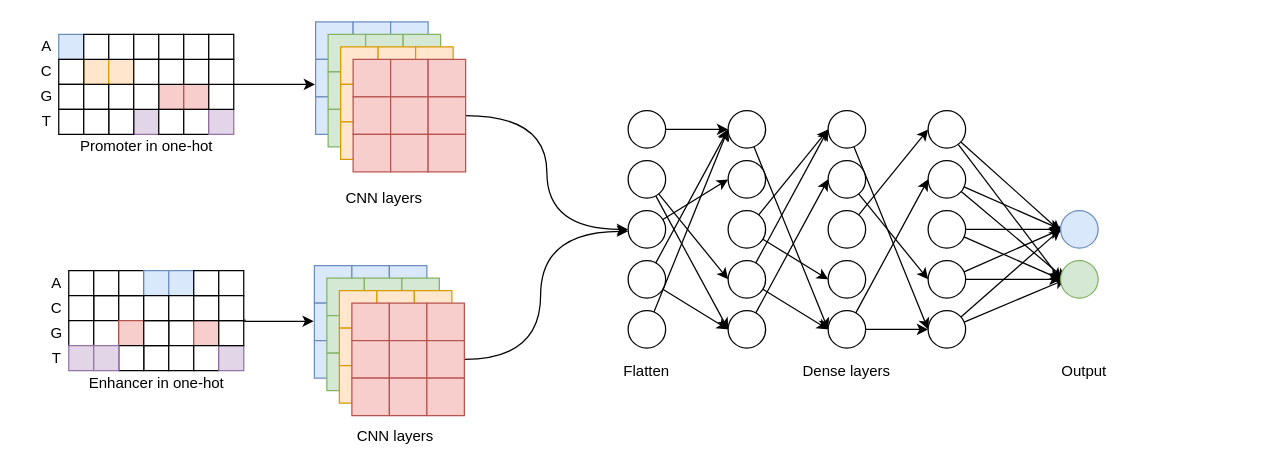
Above: onehot_cnn_two_branch.drawio in NaiveTom/draw.io (draw.io), before the change. Source tidied: cells renumbered, new cells numbered last; positions are measured from the earlier drawing's top-left corner, leaving out a move shared by most shapes. Both pictures are drawn from the tidied source at 125%, with x=0, y=0 at pixel (20, 21).
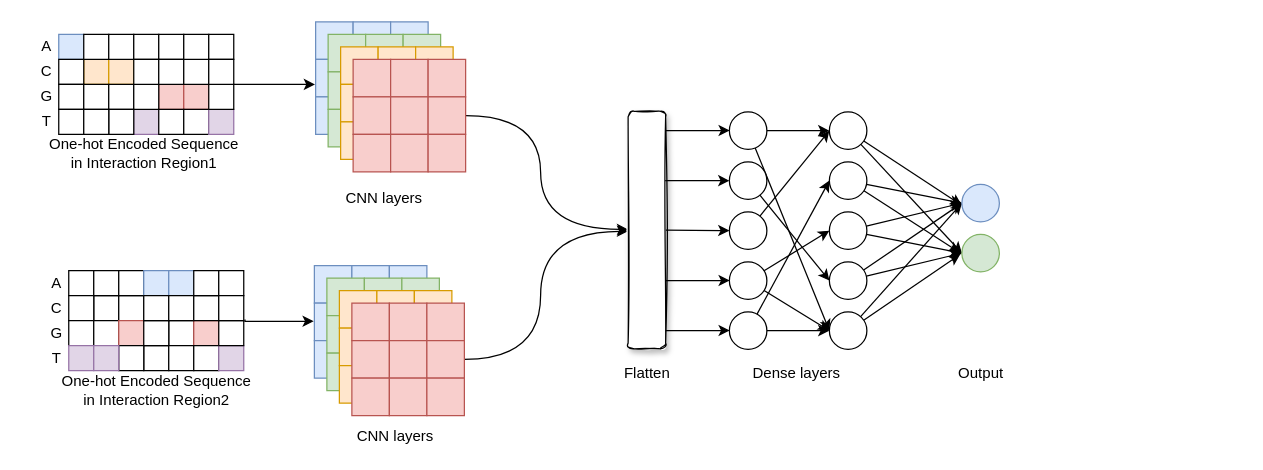
After the change.

The change refers to these unchanged cells:
```xml
<mxCell id="158" style="whiteSpace=wrap;html=1;fillColor=#f8cecc;strokeColor=#b85450;" parent="1" vertex="1">
  <mxGeometry x="326" y="60" width="30" height="30" as="geometry" />
</mxCell>
```

The edit, as a diff of the source:
```diff
@@
-    <mxCell id="3" value="&lt;div&gt;Promoter in one-hot&lt;/div&gt;" style="text;html=1;strokeColor=none;fillColor=none;align=center;verticalAlign=middle;whiteSpace=wrap;rounded=0;" parent="1" vertex="1">
-      <mxGeometry x="20.5" y="90" width="160" height="20" as="geometry" />
-    </mxCell>
@@
-    <mxCell id="38" value="&lt;div&gt;Enhancer in one-hot&lt;/div&gt;" style="text;html=1;strokeColor=none;fillColor=none;align=center;verticalAlign=middle;whiteSpace=wrap;rounded=0;" parent="1" vertex="1">
-      <mxGeometry x="28.5" y="279" width="160" height="20" as="geometry" />
-    </mxCell>
@@
-    <mxCell id="72" style="edgeStyle=none;rounded=0;jettySize=auto;html=1;entryX=0;entryY=0.5;entryDx=0;entryDy=0;" parent="1" edge="1" source="73" target="85">
-      <mxGeometry relative="1" as="geometry" />
-    </mxCell>
-    <mxCell id="73" style="ellipse;whiteSpace=wrap;html=1;" parent="1" vertex="1">
-      <mxGeometry x="486" y="71" width="30" height="30" as="geometry" />
-    </mxCell>
-    <mxCell id="74" style="edgeStyle=none;rounded=1;jumpSize=20;jettySize=auto;html=1;entryX=0;entryY=0.5;entryDx=0;entryDy=0;strokeWidth=1;" parent="1" edge="1" source="76" target="94">
-      <mxGeometry relative="1" as="geometry" />
-    </mxCell>
-    <mxCell id="75" style="edgeStyle=none;rounded=1;jumpSize=20;jettySize=auto;html=1;entryX=0;entryY=0.5;entryDx=0;entryDy=0;strokeWidth=1;" parent="1" edge="1" source="76" target="92">
-      <mxGeometry relative="1" as="geometry" />
-    </mxCell>
-    <mxCell id="76" style="ellipse;whiteSpace=wrap;html=1;" parent="1" vertex="1">
-      <mxGeometry x="486" y="111" width="30" height="30" as="geometry" />
-    </mxCell>
-    <mxCell id="77" style="rounded=1;jumpSize=20;jettySize=auto;html=1;entryX=0;entryY=0.5;entryDx=0;entryDy=0;strokeWidth=1;" parent="1" edge="1" source="78" target="86">
-      <mxGeometry relative="1" as="geometry" />
-    </mxCell>
-    <mxCell id="78" style="ellipse;whiteSpace=wrap;html=1;" parent="1" vertex="1">
-      <mxGeometry x="486" y="151" width="30" height="30" as="geometry" />
-    </mxCell>
-    <mxCell id="79" style="rounded=1;jumpSize=20;jettySize=auto;html=1;entryX=0;entryY=0.5;entryDx=0;entryDy=0;strokeWidth=1;" parent="1" edge="1" source="81" target="85">
-      <mxGeometry relative="1" as="geometry" />
-    </mxCell>
-    <mxCell id="80" style="edgeStyle=none;rounded=1;jumpSize=20;jettySize=auto;html=1;entryX=0;entryY=0.5;entryDx=0;entryDy=0;strokeWidth=1;" parent="1" edge="1" source="81" target="94">
-      <mxGeometry relative="1" as="geometry" />
-    </mxCell>
-    <mxCell id="81" style="ellipse;whiteSpace=wrap;html=1;" parent="1" vertex="1">
-      <mxGeometry x="486" y="191" width="30" height="30" as="geometry" />
-    </mxCell>
-    <mxCell id="82" style="edgeStyle=none;rounded=1;jumpSize=20;jettySize=auto;html=1;entryX=0;entryY=0.5;entryDx=0;entryDy=0;strokeWidth=1;" parent="1" edge="1" source="83" target="85">
-      <mxGeometry relative="1" as="geometry" />
-    </mxCell>
-    <mxCell id="83" style="ellipse;whiteSpace=wrap;html=1;" parent="1" vertex="1">
-      <mxGeometry x="486" y="231" width="30" height="30" as="geometry" />
-    </mxCell>
-    <mxCell id="84" style="edgeStyle=none;rounded=1;jumpSize=20;jettySize=auto;html=1;entryX=0;entryY=0.5;entryDx=0;entryDy=0;strokeWidth=1;" parent="1" edge="1" source="85" target="106">
-      <mxGeometry relative="1" as="geometry" />
-    </mxCell>
-    <mxCell id="85" style="ellipse;whiteSpace=wrap;html=1;" parent="1" vertex="1">
-      <mxGeometry x="566" y="71" width="30" height="30" as="geometry" />
-    </mxCell>
-    <mxCell id="86" style="ellipse;whiteSpace=wrap;html=1;" parent="1" vertex="1">
-      <mxGeometry x="566" y="111" width="30" height="30" as="geometry" />
-    </mxCell>
-    <mxCell id="87" style="edgeStyle=none;rounded=1;jumpSize=20;jettySize=auto;html=1;entryX=0;entryY=0.5;entryDx=0;entryDy=0;strokeWidth=1;" parent="1" edge="1" source="89" target="103">
-      <mxGeometry relative="1" as="geometry" />
-    </mxCell>
-    <mxCell id="88" style="edgeStyle=none;rounded=1;jumpSize=20;jettySize=auto;html=1;entryX=0;entryY=0.5;entryDx=0;entryDy=0;strokeWidth=1;" parent="1" edge="1" source="89" target="98">
-      <mxGeometry relative="1" as="geometry" />
-    </mxCell>
-    <mxCell id="89" style="ellipse;whiteSpace=wrap;html=1;" parent="1" vertex="1">
-      <mxGeometry x="566" y="151" width="30" height="30" as="geometry" />
-    </mxCell>
-    <mxCell id="90" style="edgeStyle=none;rounded=1;jumpSize=20;jettySize=auto;html=1;entryX=0;entryY=0.5;entryDx=0;entryDy=0;strokeWidth=1;" parent="1" edge="1" source="92" target="98">
-      <mxGeometry relative="1" as="geometry" />
-    </mxCell>
-    <mxCell id="91" style="edgeStyle=none;rounded=1;jumpSize=20;jettySize=auto;html=1;entryX=0;entryY=0.5;entryDx=0;entryDy=0;strokeWidth=1;" parent="1" edge="1" source="92" target="106">
-      <mxGeometry relative="1" as="geometry" />
-    </mxCell>
-    <mxCell id="92" style="ellipse;whiteSpace=wrap;html=1;" parent="1" vertex="1">
-      <mxGeometry x="566" y="191" width="30" height="30" as="geometry" />
-    </mxCell>
-    <mxCell id="93" style="edgeStyle=none;rounded=1;jumpSize=20;jettySize=auto;html=1;entryX=0;entryY=0.5;entryDx=0;entryDy=0;strokeWidth=1;" parent="1" edge="1" source="94" target="100">
-      <mxGeometry relative="1" as="geometry" />
-    </mxCell>
-    <mxCell id="94" style="ellipse;whiteSpace=wrap;html=1;" parent="1" vertex="1">
-      <mxGeometry x="566" y="231" width="30" height="30" as="geometry" />
-    </mxCell>
-    <mxCell id="95" value="Dense layers" style="text;html=1;strokeColor=none;fillColor=none;align=center;verticalAlign=middle;whiteSpace=wrap;rounded=0;" parent="1" vertex="1">
-      <mxGeometry x="536" y="270" width="250" height="20" as="geometry" />
-    </mxCell>
-    <mxCell id="96" value="Flatten" style="text;html=1;strokeColor=none;fillColor=none;align=center;verticalAlign=middle;whiteSpace=wrap;rounded=0;" parent="1" vertex="1">
-      <mxGeometry x="376" y="270" width="250" height="20" as="geometry" />
-    </mxCell>
-    <mxCell id="97" style="edgeStyle=none;rounded=1;jumpSize=20;jettySize=auto;html=1;entryX=0;entryY=0.5;entryDx=0;entryDy=0;strokeWidth=1;" parent="1" edge="1" source="98" target="121">
-      <mxGeometry relative="1" as="geometry" />
-    </mxCell>
-    <mxCell id="98" style="ellipse;whiteSpace=wrap;html=1;" parent="1" vertex="1">
-      <mxGeometry x="646" y="71" width="30" height="30" as="geometry" />
-    </mxCell>
-    <mxCell id="99" style="edgeStyle=none;rounded=1;jumpSize=20;jettySize=auto;html=1;entryX=0;entryY=0.5;entryDx=0;entryDy=0;strokeWidth=1;" parent="1" edge="1" source="100" target="118">
-      <mxGeometry relative="1" as="geometry" />
-    </mxCell>
-    <mxCell id="100" style="ellipse;whiteSpace=wrap;html=1;" parent="1" vertex="1">
-      <mxGeometry x="646" y="111" width="30" height="30" as="geometry" />
-    </mxCell>
-    <mxCell id="101" style="edgeStyle=none;rounded=1;jumpSize=20;jettySize=auto;html=1;entryX=0;entryY=0.5;entryDx=0;entryDy=0;strokeWidth=1;" parent="1" edge="1" source="102" target="109">
-      <mxGeometry relative="1" as="geometry" />
-    </mxCell>
-    <mxCell id="102" style="ellipse;whiteSpace=wrap;html=1;" parent="1" vertex="1">
-      <mxGeometry x="646" y="151" width="30" height="30" as="geometry" />
-    </mxCell>
-    <mxCell id="103" style="ellipse;whiteSpace=wrap;html=1;" parent="1" vertex="1">
-      <mxGeometry x="646" y="191" width="30" height="30" as="geometry" />
-    </mxCell>
-    <mxCell id="104" style="edgeStyle=none;rounded=1;jumpSize=20;jettySize=auto;html=1;entryX=0;entryY=0.5;entryDx=0;entryDy=0;strokeWidth=1;" parent="1" edge="1" source="106" target="112">
-      <mxGeometry relative="1" as="geometry" />
-    </mxCell>
-    <mxCell id="105" style="edgeStyle=none;rounded=1;jumpSize=20;jettySize=auto;html=1;entryX=0;entryY=0.5;entryDx=0;entryDy=0;strokeWidth=1;" parent="1" edge="1" source="106" target="121">
-      <mxGeometry relative="1" as="geometry" />
-    </mxCell>
-    <mxCell id="106" style="ellipse;whiteSpace=wrap;html=1;" parent="1" vertex="1">
-      <mxGeometry x="646" y="231" width="30" height="30" as="geometry" />
-    </mxCell>
-    <mxCell id="107" style="edgeStyle=none;rounded=1;jumpSize=20;jettySize=auto;html=1;entryX=0;entryY=0.5;entryDx=0;entryDy=0;strokeWidth=1;" parent="1" edge="1" source="109" target="124">
-      <mxGeometry relative="1" as="geometry" />
-    </mxCell>
-    <mxCell id="108" style="edgeStyle=none;rounded=1;jumpSize=20;jettySize=auto;html=1;strokeWidth=1;entryX=-0.001;entryY=0.557;entryDx=0;entryDy=0;entryPerimeter=0;" parent="1" edge="1" source="109" target="123">
-      <mxGeometry relative="1" as="geometry" />
-    </mxCell>
-    <mxCell id="109" style="ellipse;whiteSpace=wrap;html=1;" parent="1" vertex="1">
-      <mxGeometry x="726" y="71" width="30" height="30" as="geometry" />
-    </mxCell>
-    <mxCell id="110" style="edgeStyle=none;rounded=1;jumpSize=20;jettySize=auto;html=1;entryX=0;entryY=0.5;entryDx=0;entryDy=0;strokeWidth=1;" parent="1" edge="1" source="112" target="123">
-      <mxGeometry relative="1" as="geometry" />
-    </mxCell>
-    <mxCell id="111" style="edgeStyle=none;rounded=1;jumpSize=20;jettySize=auto;html=1;strokeWidth=1;" parent="1" edge="1" source="112">
-      <mxGeometry relative="1" as="geometry">
-        <mxPoint x="836" y="206" as="targetPoint" />
-      </mxGeometry>
-    </mxCell>
-    <mxCell id="112" style="ellipse;whiteSpace=wrap;html=1;" parent="1" vertex="1">
-      <mxGeometry x="726" y="111" width="30" height="30" as="geometry" />
-    </mxCell>
-    <mxCell id="113" style="edgeStyle=none;rounded=1;jumpSize=20;jettySize=auto;html=1;entryX=0;entryY=0.5;entryDx=0;entryDy=0;strokeWidth=1;" parent="1" edge="1" source="115" target="124">
-      <mxGeometry relative="1" as="geometry" />
-    </mxCell>
-    <mxCell id="114" style="edgeStyle=none;rounded=1;jumpSize=20;jettySize=auto;html=1;strokeWidth=1;" parent="1" edge="1" source="115">
-      <mxGeometry relative="1" as="geometry">
-        <mxPoint x="836" y="166" as="targetPoint" />
-      </mxGeometry>
-    </mxCell>
-    <mxCell id="115" style="ellipse;whiteSpace=wrap;html=1;" parent="1" vertex="1">
-      <mxGeometry x="726" y="151" width="30" height="30" as="geometry" />
-    </mxCell>
-    <mxCell id="116" style="edgeStyle=none;rounded=1;jumpSize=20;jettySize=auto;html=1;entryX=0;entryY=0.5;entryDx=0;entryDy=0;strokeWidth=1;" parent="1" edge="1" source="118" target="123">
-      <mxGeometry relative="1" as="geometry" />
-    </mxCell>
-    <mxCell id="117" style="edgeStyle=none;rounded=1;jumpSize=20;jettySize=auto;html=1;strokeWidth=1;entryX=0;entryY=0.5;entryDx=0;entryDy=0;" parent="1" edge="1" source="118" target="124">
-      <mxGeometry relative="1" as="geometry" />
-    </mxCell>
-    <mxCell id="118" style="ellipse;whiteSpace=wrap;html=1;" parent="1" vertex="1">
-      <mxGeometry x="726" y="191" width="30" height="30" as="geometry" />
-    </mxCell>
-    <mxCell id="119" style="edgeStyle=none;rounded=1;jumpSize=20;jettySize=auto;html=1;strokeWidth=1;" parent="1" edge="1" source="121">
-      <mxGeometry relative="1" as="geometry">
-        <mxPoint x="836" y="206" as="targetPoint" />
-      </mxGeometry>
-    </mxCell>
-    <mxCell id="120" style="edgeStyle=none;rounded=1;jumpSize=20;jettySize=auto;html=1;strokeWidth=1;entryX=0;entryY=0.5;entryDx=0;entryDy=0;" parent="1" edge="1" source="121" target="123">
-      <mxGeometry relative="1" as="geometry" />
-    </mxCell>
-    <mxCell id="121" style="ellipse;whiteSpace=wrap;html=1;" parent="1" vertex="1">
-      <mxGeometry x="726" y="231" width="30" height="30" as="geometry" />
-    </mxCell>
-    <mxCell id="122" value="&lt;div&gt;Output&lt;/div&gt;" style="text;html=1;strokeColor=none;fillColor=none;align=center;verticalAlign=middle;whiteSpace=wrap;rounded=0;" parent="1" vertex="1">
-      <mxGeometry x="726" y="270" width="250" height="20" as="geometry" />
-    </mxCell>
-    <mxCell id="123" style="ellipse;whiteSpace=wrap;html=1;fillColor=#dae8fc;strokeColor=#6c8ebf;" parent="1" vertex="1">
-      <mxGeometry x="832" y="151" width="30" height="30" as="geometry" />
-    </mxCell>
-    <mxCell id="124" style="ellipse;whiteSpace=wrap;html=1;fillColor=#d5e8d4;strokeColor=#82b366;" parent="1" vertex="1">
-      <mxGeometry x="832" y="191" width="30" height="30" as="geometry" />
-    </mxCell>
@@
-    <mxCell id="157" style="edgeStyle=orthogonalEdgeStyle;curved=1;rounded=0;jettySize=auto;html=1;entryX=0;entryY=0.5;entryDx=0;entryDy=0;" parent="1" edge="1" source="158" target="78">
-      <mxGeometry relative="1" as="geometry" />
+    <mxCell id="157" style="edgeStyle=orthogonalEdgeStyle;curved=1;rounded=0;jettySize=auto;html=1;entryX=0;entryY=0.5;entryDx=0;entryDy=0;" parent="1" edge="1" source="158">
+      <mxGeometry relative="1" as="geometry">
+        <mxPoint x="486" y="166" as="targetPoint" />
+        <Array as="points">
+          <mxPoint x="416" y="75" />
+          <mxPoint x="416" y="166" />
+        </Array>
+      </mxGeometry>
     </mxCell>
@@
+    <mxCell id="201" value="One-hot Encoded Sequence in Interaction Region1" style="text;html=1;strokeColor=none;fillColor=none;align=center;verticalAlign=middle;whiteSpace=wrap;rounded=0;" parent="1" vertex="1">
+      <mxGeometry x="18.5" y="95" width="160" height="20" as="geometry" />
+    </mxCell>
+    <mxCell id="202" value="&lt;div&gt;One-hot Encoded Sequence in Interaction Region2&lt;/div&gt;" style="text;html=1;strokeColor=none;fillColor=none;align=center;verticalAlign=middle;whiteSpace=wrap;rounded=0;" parent="1" vertex="1">
+      <mxGeometry x="28.5" y="285" width="160" height="20" as="geometry" />
+    </mxCell>
+    <mxCell id="95" value="Dense layers" style="text;html=1;strokeColor=none;fillColor=none;align=center;verticalAlign=middle;whiteSpace=wrap;rounded=0;" parent="1" vertex="1">
+      <mxGeometry x="576" y="271" width="90" height="20" as="geometry" />
+    </mxCell>
+    <mxCell id="96" value="Flatten" style="text;html=1;strokeColor=none;fillColor=none;align=center;verticalAlign=middle;whiteSpace=wrap;rounded=0;" parent="1" vertex="1">
+      <mxGeometry x="490.5" y="271" width="21" height="20" as="geometry" />
+    </mxCell>
+    <mxCell id="203" style="edgeStyle=none;rounded=1;jumpSize=20;jettySize=auto;html=1;entryX=0;entryY=0.5;entryDx=0;entryDy=0;strokeWidth=1;" parent="1" edge="1" source="205" target="230">
+      <mxGeometry relative="1" as="geometry" />
+    </mxCell>
+    <mxCell id="204" style="edgeStyle=none;rounded=0;jettySize=auto;html=1;entryX=0;entryY=0.5;entryDx=0;entryDy=0;" parent="1" edge="1" source="205" target="218">
+      <mxGeometry relative="1" as="geometry" />
+    </mxCell>
+    <mxCell id="205" style="ellipse;whiteSpace=wrap;html=1;" parent="1" vertex="1">
+      <mxGeometry x="567" y="72" width="30" height="30" as="geometry" />
+    </mxCell>
+    <mxCell id="206" style="edgeStyle=none;rounded=1;jumpSize=20;jettySize=auto;html=1;entryX=0;entryY=0.5;entryDx=0;entryDy=0;strokeWidth=1;" parent="1" edge="1" source="207" target="227">
+      <mxGeometry relative="1" as="geometry" />
+    </mxCell>
+    <mxCell id="207" style="ellipse;whiteSpace=wrap;html=1;" parent="1" vertex="1">
+      <mxGeometry x="567" y="112" width="30" height="30" as="geometry" />
+    </mxCell>
+    <mxCell id="208" style="edgeStyle=none;rounded=1;jumpSize=20;jettySize=auto;html=1;entryX=0;entryY=0.5;entryDx=0;entryDy=0;strokeWidth=1;" parent="1" edge="1" source="209" target="218">
+      <mxGeometry relative="1" as="geometry" />
+    </mxCell>
+    <mxCell id="209" style="ellipse;whiteSpace=wrap;html=1;" parent="1" vertex="1">
+      <mxGeometry x="567" y="152" width="30" height="30" as="geometry" />
+    </mxCell>
+    <mxCell id="210" style="edgeStyle=none;rounded=0;jettySize=auto;html=1;entryX=0;entryY=0.5;entryDx=0;entryDy=0;" parent="1" edge="1" source="212" target="224">
+      <mxGeometry relative="1" as="geometry" />
+    </mxCell>
+    <mxCell id="211" style="edgeStyle=none;rounded=0;jettySize=auto;html=1;entryX=0;entryY=0.5;entryDx=0;entryDy=0;" parent="1" edge="1" source="212" target="230">
+      <mxGeometry relative="1" as="geometry" />
+    </mxCell>
+    <mxCell id="212" style="ellipse;whiteSpace=wrap;html=1;" parent="1" vertex="1">
+      <mxGeometry x="567" y="192" width="30" height="30" as="geometry" />
+    </mxCell>
+    <mxCell id="213" style="edgeStyle=none;rounded=1;jumpSize=20;jettySize=auto;html=1;entryX=0;entryY=0.5;entryDx=0;entryDy=0;strokeWidth=1;" parent="1" edge="1" source="215" target="221">
+      <mxGeometry relative="1" as="geometry" />
+    </mxCell>
+    <mxCell id="214" style="edgeStyle=none;rounded=1;jumpSize=20;jettySize=auto;html=1;entryX=0;entryY=0.5;entryDx=0;entryDy=0;strokeWidth=1;" parent="1" edge="1" source="215" target="230">
+      <mxGeometry relative="1" as="geometry" />
+    </mxCell>
+    <mxCell id="215" style="ellipse;whiteSpace=wrap;html=1;" parent="1" vertex="1">
+      <mxGeometry x="567" y="232" width="30" height="30" as="geometry" />
+    </mxCell>
+    <mxCell id="216" style="edgeStyle=none;rounded=1;jumpSize=20;jettySize=auto;html=1;entryX=0;entryY=0.5;entryDx=0;entryDy=0;strokeWidth=1;" parent="1" edge="1" source="218" target="232">
+      <mxGeometry relative="1" as="geometry" />
+    </mxCell>
+    <mxCell id="217" style="edgeStyle=none;rounded=1;jumpSize=20;jettySize=auto;html=1;strokeWidth=1;entryX=-0.001;entryY=0.557;entryDx=0;entryDy=0;entryPerimeter=0;" parent="1" edge="1" source="218" target="231">
+      <mxGeometry relative="1" as="geometry" />
+    </mxCell>
+    <mxCell id="218" style="ellipse;whiteSpace=wrap;html=1;" parent="1" vertex="1">
+      <mxGeometry x="647" y="72" width="30" height="30" as="geometry" />
+    </mxCell>
+    <mxCell id="219" style="edgeStyle=none;rounded=1;jumpSize=20;jettySize=auto;html=1;entryX=0;entryY=0.5;entryDx=0;entryDy=0;strokeWidth=1;" parent="1" edge="1" source="221" target="231">
+      <mxGeometry relative="1" as="geometry" />
+    </mxCell>
+    <mxCell id="220" style="edgeStyle=none;rounded=1;jumpSize=20;jettySize=auto;html=1;strokeWidth=1;entryX=-0.057;entryY=0.483;entryDx=0;entryDy=0;entryPerimeter=0;" parent="1" edge="1" source="221" target="232">
+      <mxGeometry relative="1" as="geometry" />
+    </mxCell>
+    <mxCell id="221" style="ellipse;whiteSpace=wrap;html=1;" parent="1" vertex="1">
+      <mxGeometry x="647" y="112" width="30" height="30" as="geometry" />
+    </mxCell>
+    <mxCell id="222" style="edgeStyle=none;rounded=1;jumpSize=20;jettySize=auto;html=1;entryX=0;entryY=0.5;entryDx=0;entryDy=0;strokeWidth=1;" parent="1" edge="1" source="224" target="232">
+      <mxGeometry relative="1" as="geometry" />
+    </mxCell>
+    <mxCell id="223" style="edgeStyle=none;rounded=1;jumpSize=20;jettySize=auto;html=1;strokeWidth=1;entryX=0;entryY=0.5;entryDx=0;entryDy=0;" parent="1" edge="1" source="224" target="231">
+      <mxGeometry relative="1" as="geometry" />
+    </mxCell>
+    <mxCell id="224" style="ellipse;whiteSpace=wrap;html=1;" parent="1" vertex="1">
+      <mxGeometry x="647" y="152" width="30" height="30" as="geometry" />
+    </mxCell>
+    <mxCell id="225" style="edgeStyle=none;rounded=1;jumpSize=20;jettySize=auto;html=1;entryX=0;entryY=0.5;entryDx=0;entryDy=0;strokeWidth=1;" parent="1" edge="1" source="227" target="231">
+      <mxGeometry relative="1" as="geometry" />
+    </mxCell>
+    <mxCell id="226" style="edgeStyle=none;rounded=1;jumpSize=20;jettySize=auto;html=1;strokeWidth=1;entryX=0;entryY=0.5;entryDx=0;entryDy=0;" parent="1" edge="1" source="227" target="232">
+      <mxGeometry relative="1" as="geometry" />
+    </mxCell>
+    <mxCell id="227" style="ellipse;whiteSpace=wrap;html=1;" parent="1" vertex="1">
+      <mxGeometry x="647" y="192" width="30" height="30" as="geometry" />
+    </mxCell>
+    <mxCell id="228" style="edgeStyle=none;rounded=1;jumpSize=20;jettySize=auto;html=1;strokeWidth=1;entryX=-0.05;entryY=0.538;entryDx=0;entryDy=0;entryPerimeter=0;" parent="1" edge="1" source="230" target="232">
+      <mxGeometry relative="1" as="geometry" />
+    </mxCell>
+    <mxCell id="229" style="edgeStyle=none;rounded=1;jumpSize=20;jettySize=auto;html=1;strokeWidth=1;entryX=0;entryY=0.5;entryDx=0;entryDy=0;" parent="1" edge="1" source="230" target="231">
+      <mxGeometry relative="1" as="geometry" />
+    </mxCell>
+    <mxCell id="230" style="ellipse;whiteSpace=wrap;html=1;" parent="1" vertex="1">
+      <mxGeometry x="647" y="232" width="30" height="30" as="geometry" />
+    </mxCell>
+    <mxCell id="122" value="&lt;div&gt;Output&lt;/div&gt;" style="text;html=1;strokeColor=none;fillColor=none;align=center;verticalAlign=middle;whiteSpace=wrap;rounded=0;" parent="1" vertex="1">
+      <mxGeometry x="756.8" y="271" width="22.5" height="20" as="geometry" />
+    </mxCell>
+    <mxCell id="231" style="ellipse;whiteSpace=wrap;html=1;fillColor=#dae8fc;strokeColor=#6c8ebf;" parent="1" vertex="1">
+      <mxGeometry x="753" y="130" width="30" height="30" as="geometry" />
+    </mxCell>
+    <mxCell id="232" style="ellipse;whiteSpace=wrap;html=1;fillColor=#d5e8d4;strokeColor=#82b366;" parent="1" vertex="1">
+      <mxGeometry x="753" y="170" width="30" height="30" as="geometry" />
+    </mxCell>
+    <mxCell id="233" style="rounded=0;jettySize=auto;html=1;entryX=0;entryY=0.5;entryDx=0;entryDy=0;" parent="1" edge="1" source="234">
+      <mxGeometry relative="1" as="geometry">
+        <mxPoint x="567" y="167" as="targetPoint" />
+      </mxGeometry>
+    </mxCell>
+    <mxCell id="234" style="rounded=1;whiteSpace=wrap;html=1;shadow=1;glass=0;sketch=1;" parent="1" vertex="1">
+      <mxGeometry x="486" y="71.5" width="30" height="190" as="geometry" />
+    </mxCell>
+    <mxCell id="235" style="endArrow=classic;html=1;entryX=0;entryY=0.5;entryDx=0;entryDy=0;exitX=0.989;exitY=0.292;exitDx=0;exitDy=0;exitPerimeter=0;" parent="1" edge="1" source="234">
+      <mxGeometry relative="1" as="geometry">
+        <mxPoint x="567" y="127" as="targetPoint" />
+      </mxGeometry>
+    </mxCell>
+    <mxCell id="236" style="endArrow=classic;html=1;entryX=0;entryY=0.5;entryDx=0;entryDy=0;exitX=0.989;exitY=0.292;exitDx=0;exitDy=0;exitPerimeter=0;" parent="1" edge="1">
+      <mxGeometry relative="1" as="geometry">
+        <mxPoint x="516" y="86.9" as="sourcePoint" />
+        <mxPoint x="567.3" y="86.9" as="targetPoint" />
+      </mxGeometry>
+    </mxCell>
+    <mxCell id="237" style="endArrow=classic;html=1;entryX=0;entryY=0.5;entryDx=0;entryDy=0;exitX=0.989;exitY=0.292;exitDx=0;exitDy=0;exitPerimeter=0;" parent="1" edge="1">
+      <mxGeometry relative="1" as="geometry">
+        <mxPoint x="516" y="206.9" as="sourcePoint" />
+        <mxPoint x="567.3" y="206.9" as="targetPoint" />
+      </mxGeometry>
+    </mxCell>
+    <mxCell id="238" style="endArrow=classic;html=1;entryX=0;entryY=0.5;entryDx=0;entryDy=0;exitX=0.989;exitY=0.292;exitDx=0;exitDy=0;exitPerimeter=0;" parent="1" edge="1">
+      <mxGeometry relative="1" as="geometry">
+        <mxPoint x="516" y="246.9" as="sourcePoint" />
+        <mxPoint x="567.3" y="246.9" as="targetPoint" />
+      </mxGeometry>
+    </mxCell>
```
